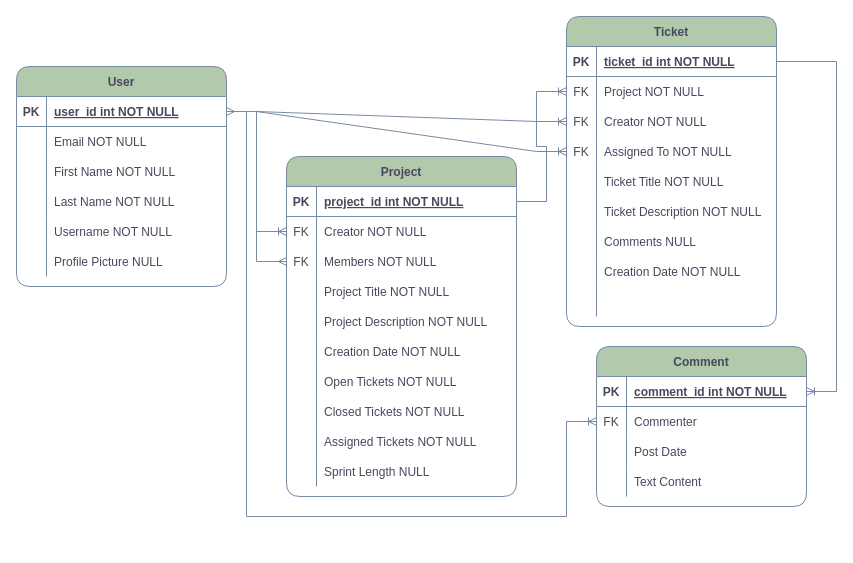
This is config and documentation/database-schema.drawio from krishabbashyal/issue-tracker, a draw.io file, before an edit. Source tidied: cells renumbered, new cells numbered last; positions are measured from the earlier drawing's top-left corner, leaving out a move shared by most shapes. Both pictures are drawn from the tidied source at 100%, with x=0, y=0 at pixel (16, 16).
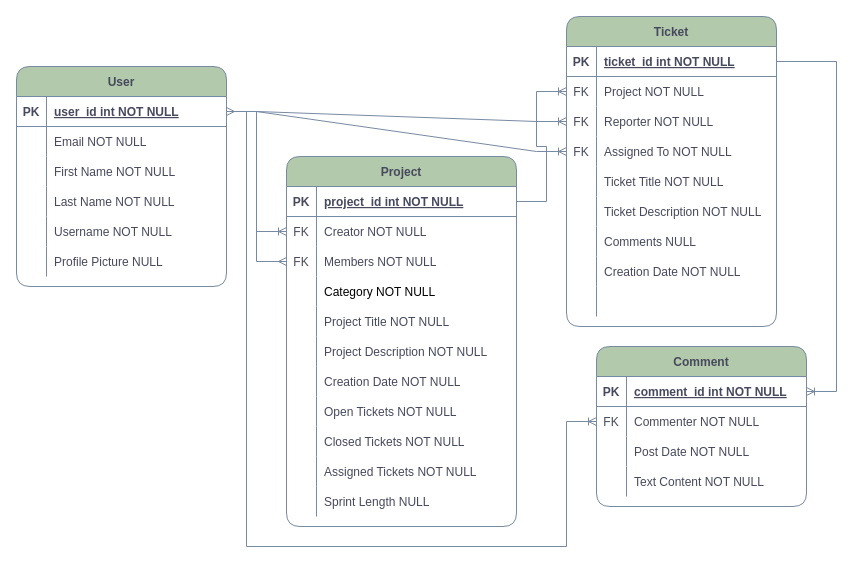
Above is the later version.

The change refers to these unchanged cells:
```xml
<mxCell id="3" style="shape=tableRow;horizontal=0;startSize=0;swimlaneHead=0;swimlaneBody=0;fillColor=none;points=[[0,0.5],[1,0.5]];portConstraint=eastwest;top=0;left=0;right=0;bottom=1;rounded=1;strokeColor=#788AA3;fontColor=#46495D;strokeWidth=1;fontStyle=0;" parent="2" vertex="1">
  <mxGeometry y="30" width="210" height="30" as="geometry" />
</mxCell>
<mxCell id="59" style="shape=tableRow;horizontal=0;startSize=0;swimlaneHead=0;swimlaneBody=0;fillColor=none;points=[[0,0.5],[1,0.5]];portConstraint=eastwest;top=0;left=0;right=0;bottom=0;strokeColor=#788AA3;fontColor=#46495D;strokeWidth=1;fontStyle=0;" parent="52" vertex="1">
  <mxGeometry y="90" width="210" height="30" as="geometry" />
</mxCell>
<mxCell id="89" style="shape=tableRow;horizontal=0;startSize=0;swimlaneHead=0;swimlaneBody=0;fillColor=none;points=[[0,0.5],[1,0.5]];portConstraint=eastwest;top=0;left=0;right=0;bottom=0;rounded=1;shadow=0;sketch=0;strokeColor=#788AA3;fontColor=#46495D;strokeWidth=1;fontStyle=0;" parent="85" vertex="1">
  <mxGeometry y="60" width="210" height="30" as="geometry" />
</mxCell>
<mxCell id="92" style="shape=tableRow;horizontal=0;startSize=0;swimlaneHead=0;swimlaneBody=0;fillColor=none;top=0;left=0;right=0;bottom=0;rounded=1;shadow=0;sketch=0;strokeColor=#788AA3;fontColor=#46495D;strokeWidth=1;fontStyle=0;" parent="85" vertex="1">
  <mxGeometry y="90" width="210" height="30" as="geometry" />
</mxCell>
<mxCell id="95" style="shape=tableRow;horizontal=0;startSize=0;swimlaneHead=0;swimlaneBody=0;fillColor=none;top=0;left=0;right=0;bottom=0;rounded=1;shadow=0;sketch=0;strokeColor=#788AA3;fontColor=#46495D;strokeWidth=1;fontStyle=0;" parent="85" vertex="1">
  <mxGeometry y="120" width="210" height="30" as="geometry" />
</mxCell>
```

Change to the diagram source:
```diff
@@
     <mxCell id="21" value="Project" style="shape=table;startSize=30;childLayout=tableLayout;rowLines=0;fontStyle=1;align=center;rounded=1;fillColor=#B2C9AB;strokeColor=#788AA3;fontColor=#46495D;strokeWidth=1;" parent="1" vertex="1">
-      <mxGeometry x="270" y="140" width="230" height="340" as="geometry" />
+      <mxGeometry x="270" y="140" width="230" height="370" as="geometry" />
     </mxCell>
@@
+    <mxCell id="100" style="shape=tableRow;horizontal=0;startSize=0;swimlaneHead=0;swimlaneBody=0;fillColor=none;top=0;left=0;right=0;bottom=0;" parent="21" vertex="1">
+      <mxGeometry y="120" width="230" height="30" as="geometry" />
+    </mxCell>
+    <mxCell id="101" style="shape=partialRectangle;fillColor=none;top=0;left=0;bottom=0;right=0;overflow=hidden;" parent="100" vertex="1">
+      <mxGeometry width="30" height="30" as="geometry" />
+    </mxCell>
+    <mxCell id="102" value="Category NOT NULL" style="shape=partialRectangle;fillColor=none;top=0;left=0;bottom=0;right=0;align=left;spacingLeft=6;overflow=hidden;" parent="100" vertex="1">
+      <mxGeometry x="30" width="200" height="30" as="geometry" />
+    </mxCell>
     <mxCell id="31" style="shape=tableRow;horizontal=0;startSize=0;swimlaneHead=0;swimlaneBody=0;fillColor=none;top=0;left=0;right=0;bottom=0;rounded=1;strokeColor=#788AA3;fontColor=#46495D;strokeWidth=1;fontStyle=0;" parent="21" vertex="1">
-      <mxGeometry y="120" width="230" height="30" as="geometry" />
+      <mxGeometry y="150" width="230" height="30" as="geometry" />
     </mxCell>
@@
     <mxCell id="34" style="shape=tableRow;horizontal=0;startSize=0;swimlaneHead=0;swimlaneBody=0;fillColor=none;top=0;left=0;right=0;bottom=0;rounded=1;strokeColor=#788AA3;fontColor=#46495D;strokeWidth=1;fontStyle=0;" parent="21" vertex="1">
-      <mxGeometry y="150" width="230" height="30" as="geometry" />
+      <mxGeometry y="180" width="230" height="30" as="geometry" />
     </mxCell>
@@
     <mxCell id="37" style="shape=tableRow;horizontal=0;startSize=0;swimlaneHead=0;swimlaneBody=0;fillColor=none;top=0;left=0;right=0;bottom=0;strokeColor=#788AA3;fontColor=#46495D;strokeWidth=1;fontStyle=0;" parent="21" vertex="1">
-      <mxGeometry y="180" width="230" height="30" as="geometry" />
+      <mxGeometry y="210" width="230" height="30" as="geometry" />
     </mxCell>
@@
     <mxCell id="40" style="shape=tableRow;horizontal=0;startSize=0;swimlaneHead=0;swimlaneBody=0;fillColor=none;top=0;left=0;right=0;bottom=0;rounded=0;sketch=0;fontColor=#46495D;strokeColor=#788AA3;strokeWidth=1;fontStyle=0;" parent="21" vertex="1">
-      <mxGeometry y="210" width="230" height="30" as="geometry" />
+      <mxGeometry y="240" width="230" height="30" as="geometry" />
     </mxCell>
@@
     <mxCell id="43" style="shape=tableRow;horizontal=0;startSize=0;swimlaneHead=0;swimlaneBody=0;fillColor=none;top=0;left=0;right=0;bottom=0;rounded=0;sketch=0;fontColor=#46495D;strokeColor=#788AA3;strokeWidth=1;fontStyle=0;" parent="21" vertex="1">
-      <mxGeometry y="240" width="230" height="30" as="geometry" />
+      <mxGeometry y="270" width="230" height="30" as="geometry" />
     </mxCell>
@@
     <mxCell id="46" style="shape=tableRow;horizontal=0;startSize=0;swimlaneHead=0;swimlaneBody=0;fillColor=none;top=0;left=0;right=0;bottom=0;rounded=0;sketch=0;fontColor=#46495D;strokeColor=#788AA3;strokeWidth=1;fontStyle=0;" parent="21" vertex="1">
-      <mxGeometry y="270" width="230" height="30" as="geometry" />
+      <mxGeometry y="300" width="230" height="30" as="geometry" />
     </mxCell>
@@
     <mxCell id="49" style="shape=tableRow;horizontal=0;startSize=0;swimlaneHead=0;swimlaneBody=0;fillColor=none;top=0;left=0;right=0;bottom=0;strokeColor=#788AA3;fontColor=#46495D;strokeWidth=1;fontStyle=0;" parent="21" vertex="1">
-      <mxGeometry y="300" width="230" height="30" as="geometry" />
+      <mxGeometry y="330" width="230" height="30" as="geometry" />
     </mxCell>
@@
-    <mxCell id="61" value="Creator NOT NULL" style="shape=partialRectangle;fillColor=none;top=0;left=0;bottom=0;right=0;align=left;spacingLeft=6;overflow=hidden;strokeColor=#788AA3;fontColor=#46495D;strokeWidth=1;fontStyle=0;" parent="59" vertex="1">
+    <mxCell id="61" value="Reporter NOT NULL" style="shape=partialRectangle;fillColor=none;top=0;left=0;bottom=0;right=0;align=left;spacingLeft=6;overflow=hidden;strokeColor=#788AA3;fontColor=#46495D;strokeWidth=1;fontStyle=0;" parent="59" vertex="1">
       <mxGeometry x="30" width="180" height="30" as="geometry" />
     </mxCell>
@@
-    <mxCell id="91" value="Commenter" style="shape=partialRectangle;fillColor=none;top=0;left=0;bottom=0;right=0;align=left;spacingLeft=6;overflow=hidden;rounded=1;shadow=0;sketch=0;strokeColor=#788AA3;fontColor=#46495D;strokeWidth=1;fontStyle=0;" parent="89" vertex="1">
+    <mxCell id="91" value="Commenter NOT NULL" style="shape=partialRectangle;fillColor=none;top=0;left=0;bottom=0;right=0;align=left;spacingLeft=6;overflow=hidden;rounded=1;shadow=0;sketch=0;strokeColor=#788AA3;fontColor=#46495D;strokeWidth=1;fontStyle=0;" parent="89" vertex="1">
       <mxGeometry x="30" width="180" height="30" as="geometry" />
     </mxCell>
@@
-    <mxCell id="94" value="Post Date" style="shape=partialRectangle;fillColor=none;top=0;left=0;bottom=0;right=0;align=left;spacingLeft=6;overflow=hidden;rounded=1;shadow=0;sketch=0;strokeColor=#788AA3;fontColor=#46495D;strokeWidth=1;fontStyle=0;" parent="92" vertex="1">
+    <mxCell id="94" value="Post Date NOT NULL" style="shape=partialRectangle;fillColor=none;top=0;left=0;bottom=0;right=0;align=left;spacingLeft=6;overflow=hidden;rounded=1;shadow=0;sketch=0;strokeColor=#788AA3;fontColor=#46495D;strokeWidth=1;fontStyle=0;" parent="92" vertex="1">
       <mxGeometry x="30" width="180" height="30" as="geometry" />
     </mxCell>
@@
-    <mxCell id="97" value="Text Content" style="shape=partialRectangle;fillColor=none;top=0;left=0;bottom=0;right=0;align=left;spacingLeft=6;overflow=hidden;rounded=1;shadow=0;sketch=0;strokeColor=#788AA3;fontColor=#46495D;strokeWidth=1;fontStyle=0;" parent="95" vertex="1">
+    <mxCell id="97" value="Text Content NOT NULL" style="shape=partialRectangle;fillColor=none;top=0;left=0;bottom=0;right=0;align=left;spacingLeft=6;overflow=hidden;rounded=1;shadow=0;sketch=0;strokeColor=#788AA3;fontColor=#46495D;strokeWidth=1;fontStyle=0;" parent="95" vertex="1">
       <mxGeometry x="30" width="180" height="30" as="geometry" />
     </mxCell>
     <mxCell id="98" style="edgeStyle=orthogonalEdgeStyle;fontSize=12;html=1;endArrow=ERoneToMany;rounded=0;strokeColor=#788AA3;entryX=0;entryY=0.5;entryDx=0;entryDy=0;fontColor=#46495D;strokeWidth=1;fontStyle=0;" parent="1" edge="1" source="3" target="89">
       <mxGeometry relative="1" as="geometry">
         <Array as="points">
           <mxPoint x="230" y="95" />
-          <mxPoint x="230" y="500" />
-          <mxPoint x="550" y="500" />
+          <mxPoint x="230" y="530" />
+          <mxPoint x="550" y="530" />
           <mxPoint x="550" y="405" />
         </Array>
       </mxGeometry>
     </mxCell>
```
